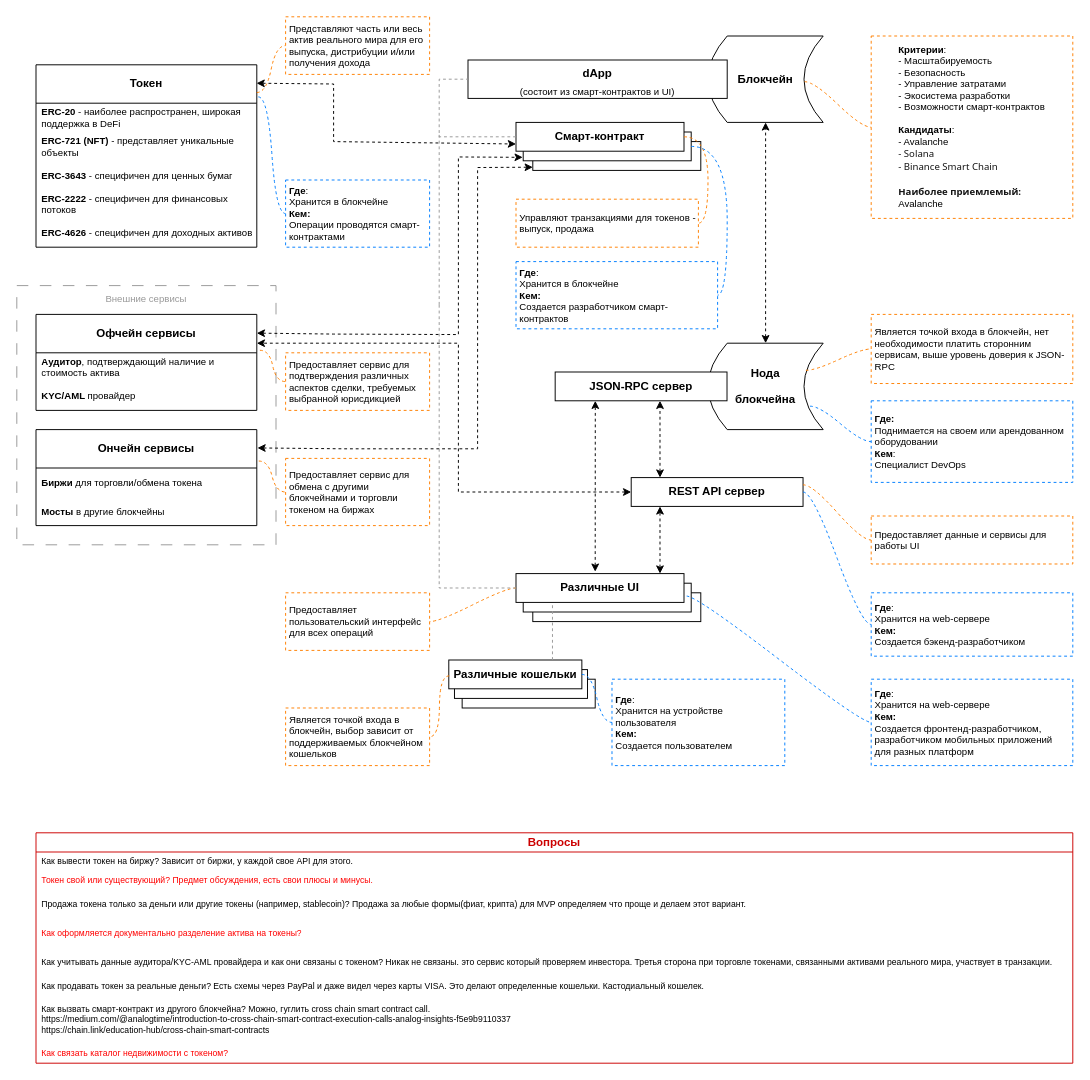
Earlier version of the draw.io diagram RETM_MVP_extended.drawio (rpurei/RETM-Schemes). Source tidied: cells renumbered, new cells numbered last; positions are measured from the earlier drawing's top-left corner, leaving out a move shared by most shapes. Both pictures are drawn from the tidied source at 96%, with x=0, y=0 at pixel (16, 16).
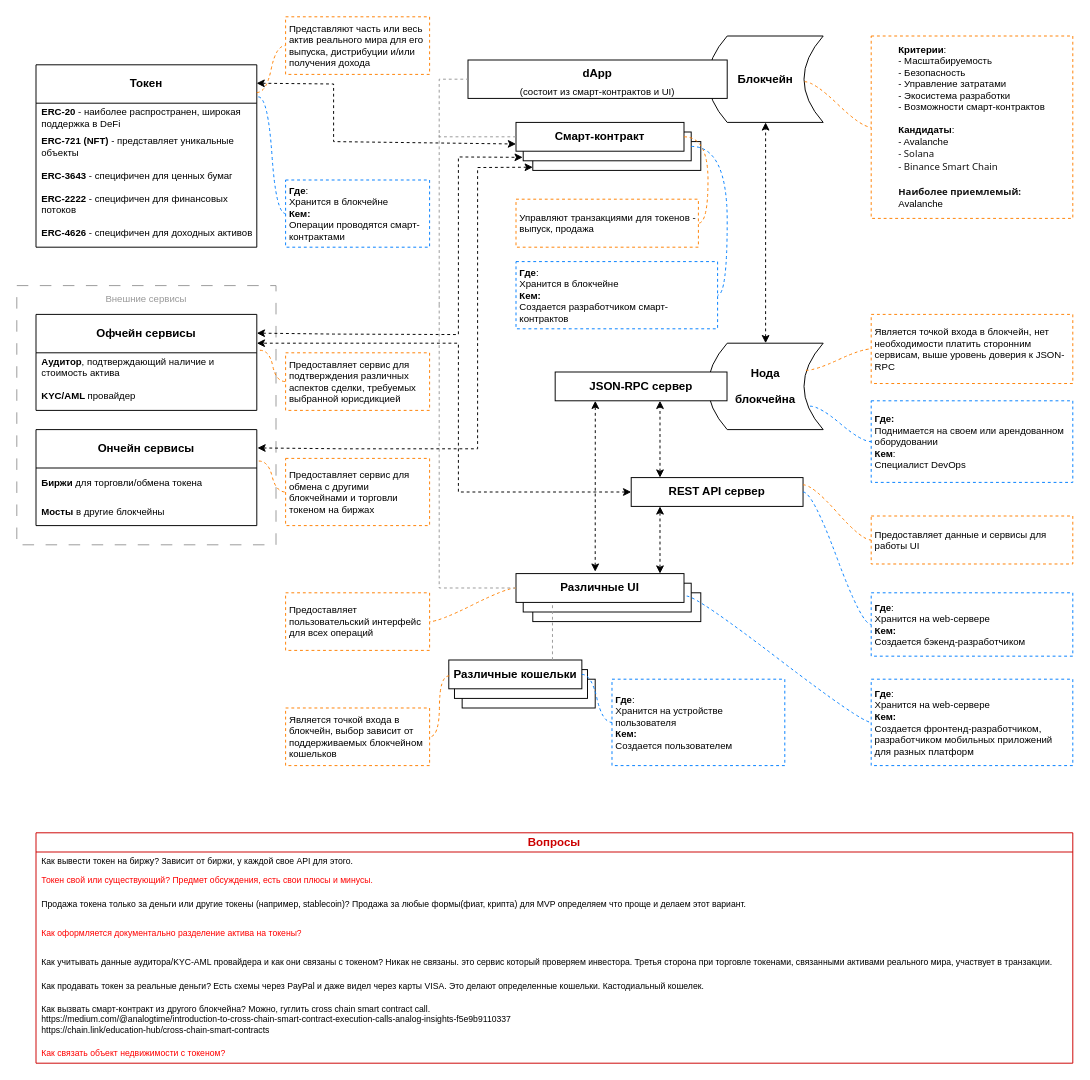
After the change.

The change refers to these unchanged cells:
```xml
<mxCell id="73" value="&lt;b&gt;&lt;font color=&quot;#cc0000&quot;&gt;Вопросы&lt;/font&gt;&lt;/b&gt;" style="swimlane;fontStyle=0;horizontal=1;startSize=20;whiteSpace=wrap;html=1;strokeColor=#CC0000;" parent="1" vertex="1">
  <mxGeometry x="20" y="850" width="1080" height="240" as="geometry" />
</mxCell>
```

What changed in the source:
```diff
@@
-    <mxCell id="81" value="&lt;font color=&quot;#ff0000&quot;&gt;Как связать каталог недвижимости с токеном?&lt;/font&gt;" style="text;strokeColor=none;fillColor=none;align=left;verticalAlign=middle;spacingLeft=4;spacingRight=4;overflow=hidden;whiteSpace=wrap;html=1;labelBackgroundColor=default;fontColor=#000000;fontSize=9;" parent="73" vertex="1">
+    <mxCell id="81" value="&lt;font color=&quot;#ff0000&quot;&gt;Как связать объект недвижимости с токеном?&lt;/font&gt;" style="text;strokeColor=none;fillColor=none;align=left;verticalAlign=middle;spacingLeft=4;spacingRight=4;overflow=hidden;whiteSpace=wrap;html=1;labelBackgroundColor=default;fontColor=#000000;fontSize=9;" parent="73" vertex="1">
       <mxGeometry y="220" width="1080" height="20" as="geometry" />
     </mxCell>
```
